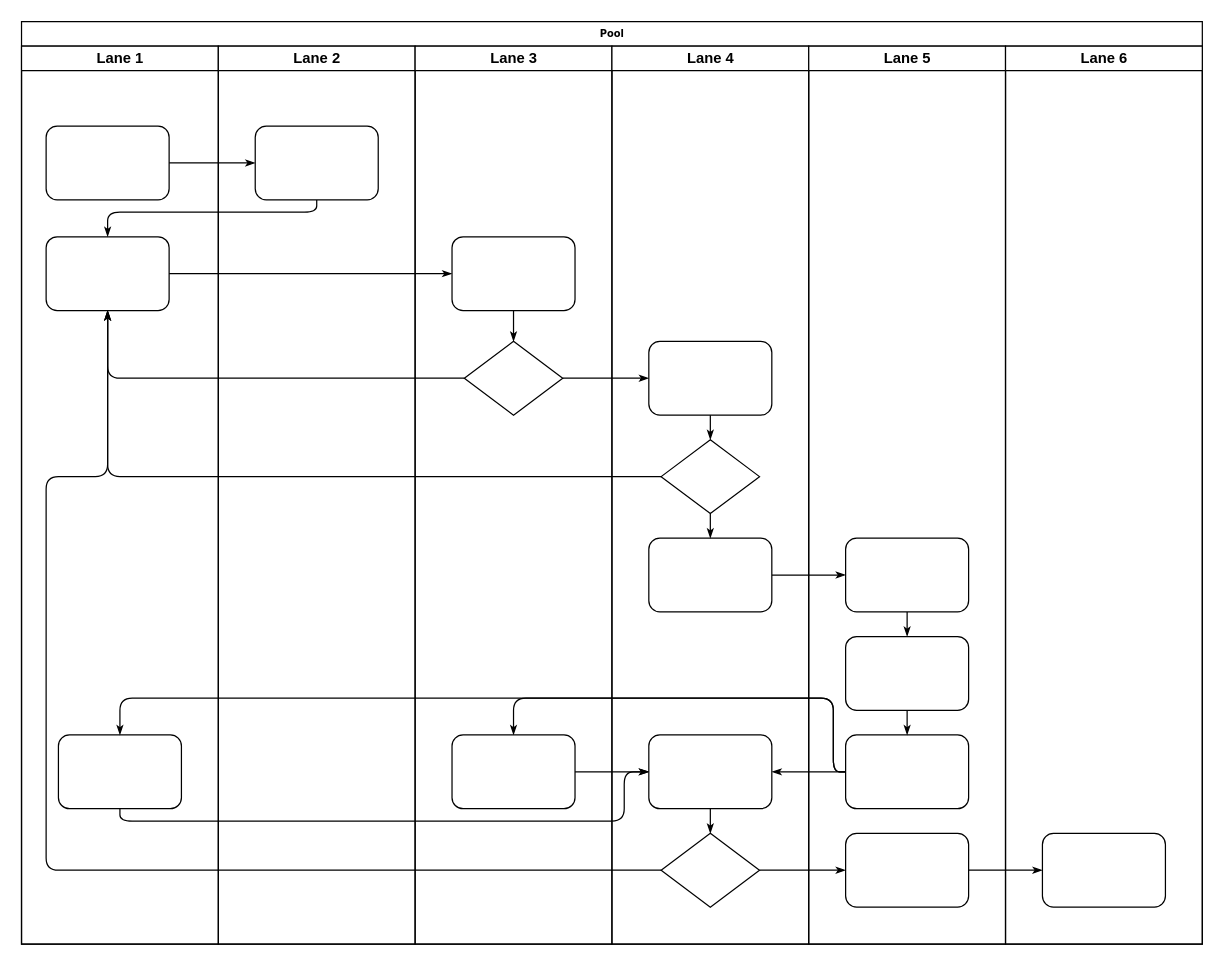
Above: ApplicationFlow.drawio in M0inUddin/Uqarar (draw.io), before the change. Source tidied: cells renumbered, new cells numbered last; positions are measured from the earlier drawing's top-left corner, leaving out a move shared by most shapes. Both pictures are drawn from the tidied source at 123%, with x=0, y=0 at pixel (21, 21).
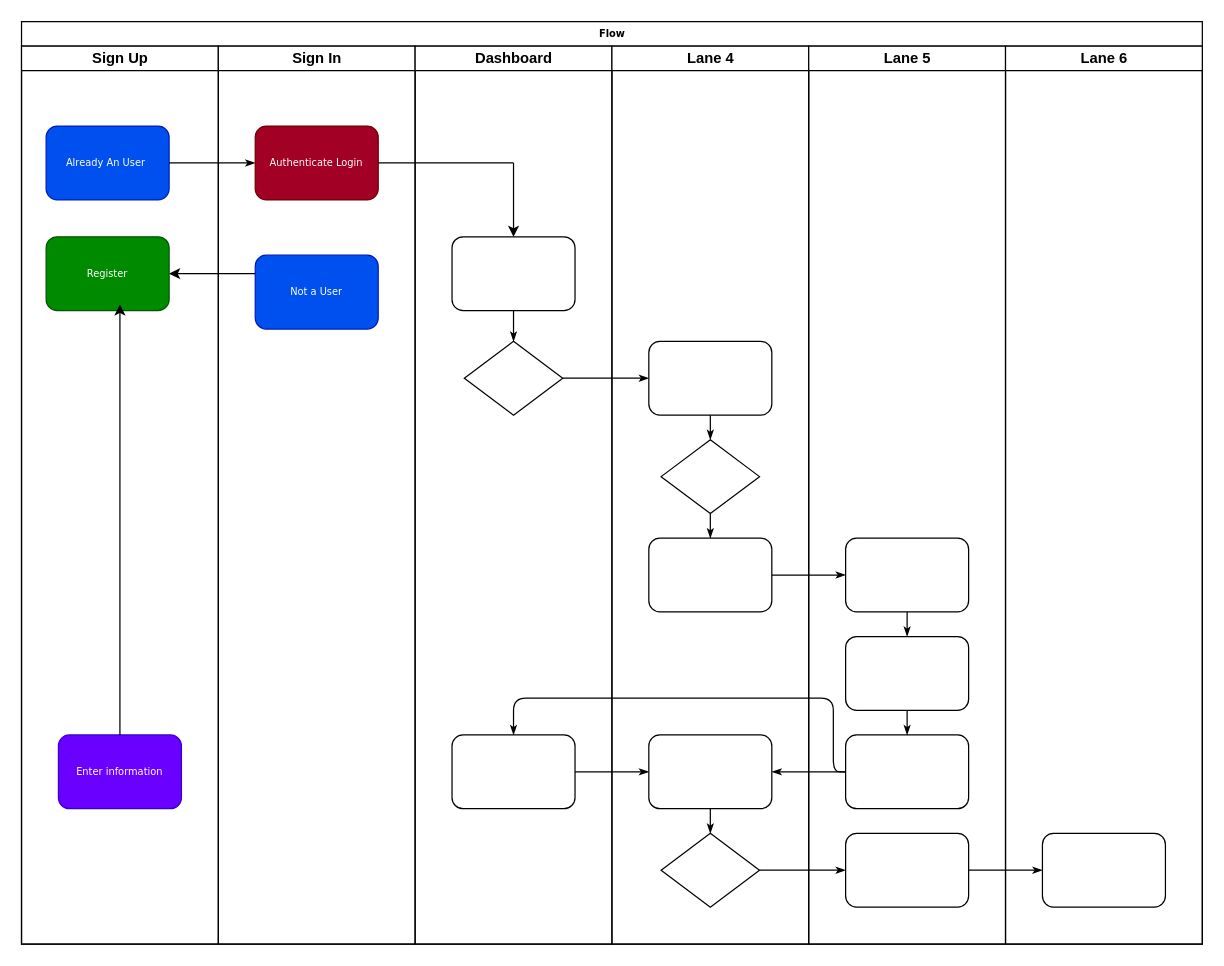
The same page after the edit.

The change refers to these unchanged cells:
```xml
<mxCell id="25" style="rounded=1;whiteSpace=wrap;html=1;shadow=0;labelBackgroundColor=none;strokeWidth=1;fontFamily=Verdana;fontSize=8;align=center;" parent="24" vertex="1">
  <mxGeometry x="30" y="155" width="100" height="60" as="geometry" />
</mxCell>
<mxCell id="26" style="rhombus;whiteSpace=wrap;html=1;rounded=0;shadow=0;labelBackgroundColor=none;strokeWidth=1;fontFamily=Verdana;fontSize=8;align=center;" parent="24" vertex="1">
  <mxGeometry x="40" y="240" width="80" height="60" as="geometry" />
</mxCell>
<mxCell id="31" style="rhombus;whiteSpace=wrap;html=1;rounded=0;shadow=0;labelBackgroundColor=none;strokeWidth=1;fontFamily=Verdana;fontSize=8;align=center;" parent="29" vertex="1">
  <mxGeometry x="40" y="320" width="80" height="60" as="geometry" />
</mxCell>
<mxCell id="33" style="rounded=1;whiteSpace=wrap;html=1;shadow=0;labelBackgroundColor=none;strokeWidth=1;fontFamily=Verdana;fontSize=8;align=center;" parent="29" vertex="1">
  <mxGeometry x="30" y="560" width="100" height="60" as="geometry" />
</mxCell>
<mxCell id="34" style="rhombus;whiteSpace=wrap;html=1;rounded=0;shadow=0;labelBackgroundColor=none;strokeWidth=1;fontFamily=Verdana;fontSize=8;align=center;" parent="29" vertex="1">
  <mxGeometry x="40" y="640" width="80" height="60" as="geometry" />
</mxCell>
<mxCell id="41" style="rounded=1;whiteSpace=wrap;html=1;shadow=0;labelBackgroundColor=none;strokeWidth=1;fontFamily=Verdana;fontSize=8;align=center;" parent="38" vertex="1">
  <mxGeometry x="30" y="560" width="100" height="60" as="geometry" />
</mxCell>
```

The edit, as a diff of the source:
```diff
@@
-    <mxCell id="2" value="Pool" style="swimlane;html=1;startSize=20;rounded=0;shadow=0;labelBackgroundColor=none;strokeWidth=1;fontFamily=Verdana;fontSize=8;align=center;" parent="1" vertex="1">
+    <mxCell id="2" value="Flow" style="swimlane;html=1;startSize=20;rounded=0;shadow=0;labelBackgroundColor=none;strokeWidth=1;fontFamily=Verdana;fontSize=8;align=center;" parent="1" vertex="1">
       <mxGeometry width="960" height="750" as="geometry" />
     </mxCell>
-    <mxCell id="3" value="Lane 1" style="swimlane;html=1;startSize=20;" parent="2" vertex="1">
+    <mxCell id="3" value="Sign Up" style="swimlane;html=1;startSize=20;" parent="2" vertex="1">
       <mxGeometry y="20" width="160" height="730" as="geometry" />
     </mxCell>
-    <mxCell id="4" style="rounded=1;whiteSpace=wrap;html=1;shadow=0;labelBackgroundColor=none;strokeWidth=1;fontFamily=Verdana;fontSize=8;align=center;" parent="3" vertex="1">
+    <mxCell id="4" value="Already An User&amp;nbsp;" style="rounded=1;whiteSpace=wrap;html=1;shadow=0;labelBackgroundColor=none;strokeWidth=1;fontFamily=Verdana;fontSize=8;align=center;fillColor=#0050ef;fontColor=#ffffff;strokeColor=#001DBC;" parent="3" vertex="1">
       <mxGeometry x="20" y="65" width="100" height="60" as="geometry" />
     </mxCell>
-    <mxCell id="5" style="rounded=1;whiteSpace=wrap;html=1;shadow=0;labelBackgroundColor=none;strokeWidth=1;fontFamily=Verdana;fontSize=8;align=center;" parent="3" vertex="1">
+    <mxCell id="5" value="Register" style="rounded=1;whiteSpace=wrap;html=1;shadow=0;labelBackgroundColor=none;strokeWidth=1;fontFamily=Verdana;fontSize=8;align=center;fillColor=#008a00;fontColor=#ffffff;strokeColor=#005700;" parent="3" vertex="1">
       <mxGeometry x="20" y="155" width="100" height="60" as="geometry" />
     </mxCell>
-    <mxCell id="6" style="rounded=1;whiteSpace=wrap;html=1;shadow=0;labelBackgroundColor=none;strokeWidth=1;fontFamily=Verdana;fontSize=8;align=center;" parent="3" vertex="1">
+    <mxCell id="6" value="Enter information" style="rounded=1;whiteSpace=wrap;html=1;shadow=0;labelBackgroundColor=none;strokeWidth=1;fontFamily=Verdana;fontSize=8;align=center;fillColor=#6a00ff;fontColor=#ffffff;strokeColor=#3700CC;" parent="3" vertex="1">
       <mxGeometry x="30" y="560" width="100" height="60" as="geometry" />
     </mxCell>
+    <mxCell id="47" style="endArrow=classic;html=1;rounded=0;exitX=0.5;exitY=0;exitDx=0;exitDy=0;" parent="3" edge="1" source="6">
+      <mxGeometry relative="1" as="geometry">
+        <mxPoint x="80" y="210" as="targetPoint" />
+      </mxGeometry>
+    </mxCell>
@@
-    <mxCell id="8" style="edgeStyle=orthogonalEdgeStyle;rounded=1;html=1;labelBackgroundColor=none;startArrow=none;startFill=0;startSize=5;endArrow=classicThin;endFill=1;endSize=5;jettySize=auto;strokeWidth=1;fontFamily=Verdana;fontSize=8;" parent="2" edge="1" source="23" target="5">
-      <mxGeometry relative="1" as="geometry">
-        <Array as="points">
-          <mxPoint x="240" y="155" />
-          <mxPoint x="70" y="155" />
-        </Array>
-      </mxGeometry>
-    </mxCell>
-    <mxCell id="9" style="edgeStyle=orthogonalEdgeStyle;rounded=1;html=1;labelBackgroundColor=none;startArrow=none;startFill=0;startSize=5;endArrow=classicThin;endFill=1;endSize=5;jettySize=auto;strokeWidth=1;fontFamily=Verdana;fontSize=8;" parent="2" edge="1" source="5" target="25">
-      <mxGeometry relative="1" as="geometry" />
-    </mxCell>
-    <mxCell id="10" style="edgeStyle=orthogonalEdgeStyle;rounded=1;html=1;labelBackgroundColor=none;startArrow=none;startFill=0;startSize=5;endArrow=classicThin;endFill=1;endSize=5;jettySize=auto;strokeWidth=1;fontFamily=Verdana;fontSize=8;" parent="2" edge="1" source="26" target="5">
-      <mxGeometry relative="1" as="geometry" />
-    </mxCell>
-    <mxCell id="11" style="edgeStyle=orthogonalEdgeStyle;rounded=1;html=1;labelBackgroundColor=none;startArrow=none;startFill=0;startSize=5;endArrow=classicThin;endFill=1;endSize=5;jettySize=auto;strokeWidth=1;fontFamily=Verdana;fontSize=8;" parent="2" edge="1" source="31" target="5">
-      <mxGeometry relative="1" as="geometry" />
-    </mxCell>
-    <mxCell id="12" style="edgeStyle=orthogonalEdgeStyle;rounded=1;html=1;labelBackgroundColor=none;startArrow=none;startFill=0;startSize=5;endArrow=classicThin;endFill=1;endSize=5;jettySize=auto;strokeWidth=1;fontFamily=Verdana;fontSize=8;" parent="2" edge="1" source="34" target="5">
-      <mxGeometry relative="1" as="geometry">
-        <Array as="points">
-          <mxPoint x="20" y="690" />
-          <mxPoint x="20" y="370" />
-          <mxPoint x="70" y="370" />
-        </Array>
-      </mxGeometry>
-    </mxCell>
@@
-    <mxCell id="19" style="edgeStyle=orthogonalEdgeStyle;rounded=1;html=1;labelBackgroundColor=none;startArrow=none;startFill=0;startSize=5;endArrow=classicThin;endFill=1;endSize=5;jettySize=auto;strokeWidth=1;fontFamily=Verdana;fontSize=8;" parent="2" edge="1" source="41" target="6">
-      <mxGeometry relative="1" as="geometry">
-        <Array as="points">
-          <mxPoint x="660" y="610" />
-          <mxPoint x="660" y="550" />
-          <mxPoint x="80" y="550" />
-        </Array>
-      </mxGeometry>
-    </mxCell>
-    <mxCell id="20" style="edgeStyle=orthogonalEdgeStyle;rounded=1;html=1;labelBackgroundColor=none;startArrow=none;startFill=0;startSize=5;endArrow=classicThin;endFill=1;endSize=5;jettySize=auto;strokeWidth=1;fontFamily=Verdana;fontSize=8;" parent="2" edge="1" source="6" target="33">
-      <mxGeometry relative="1" as="geometry">
-        <Array as="points">
-          <mxPoint x="80" y="650" />
-          <mxPoint x="490" y="650" />
-          <mxPoint x="490" y="610" />
-        </Array>
-      </mxGeometry>
-    </mxCell>
@@
-    <mxCell id="22" value="Lane 2" style="swimlane;html=1;startSize=20;" parent="2" vertex="1">
+    <mxCell id="22" value="Sign In" style="swimlane;html=1;startSize=20;" parent="2" vertex="1">
       <mxGeometry x="160" y="20" width="160" height="730" as="geometry" />
     </mxCell>
-    <mxCell id="23" style="rounded=1;whiteSpace=wrap;html=1;shadow=0;labelBackgroundColor=none;strokeWidth=1;fontFamily=Verdana;fontSize=8;align=center;" parent="22" vertex="1">
+    <mxCell id="23" value="Authenticate Login" style="rounded=1;whiteSpace=wrap;html=1;shadow=0;labelBackgroundColor=none;strokeWidth=1;fontFamily=Verdana;fontSize=8;align=center;fillColor=#a20025;fontColor=#ffffff;strokeColor=#6F0000;" parent="22" vertex="1">
       <mxGeometry x="30" y="65" width="100" height="60" as="geometry" />
     </mxCell>
+    <mxCell id="48" value="Not a User" style="rounded=1;whiteSpace=wrap;html=1;shadow=0;labelBackgroundColor=none;strokeWidth=1;fontFamily=Verdana;fontSize=8;align=center;fillColor=#0050ef;fontColor=#ffffff;strokeColor=#001DBC;" parent="22" vertex="1">
+      <mxGeometry x="30" y="170" width="100" height="60" as="geometry" />
+    </mxCell>
-    <mxCell id="24" value="Lane 3" style="swimlane;html=1;startSize=20;" parent="2" vertex="1">
+    <mxCell id="24" value="Dashboard" style="swimlane;html=1;startSize=20;" parent="2" vertex="1">
       <mxGeometry x="320" y="20" width="160" height="730" as="geometry" />
     </mxCell>
@@
+    <mxCell id="49" style="endArrow=classic;html=1;rounded=0;entryX=1;entryY=0.5;entryDx=0;entryDy=0;exitX=0;exitY=0.25;exitDx=0;exitDy=0;" parent="2" edge="1" source="48" target="5">
+      <mxGeometry relative="1" as="geometry" />
+    </mxCell>
+    <mxCell id="50" style="endArrow=none;html=1;rounded=0;exitX=1;exitY=0.5;exitDx=0;exitDy=0;" parent="1" edge="1" source="23">
+      <mxGeometry relative="1" as="geometry">
+        <mxPoint x="400" y="115" as="targetPoint" />
+      </mxGeometry>
+    </mxCell>
+    <mxCell id="51" style="endArrow=classic;html=1;rounded=0;" parent="1" edge="1">
+      <mxGeometry relative="1" as="geometry">
+        <mxPoint x="400" y="115" as="sourcePoint" />
+        <mxPoint x="400" y="175" as="targetPoint" />
+      </mxGeometry>
+    </mxCell>
```
